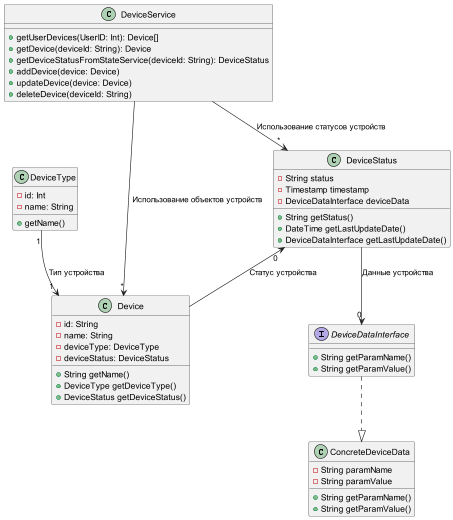
Earlier version of the PlantUML export docs/to-be/code/code.png (AIPronin/yandexarch-sprint3). Source of this version:
```plantuml
@startuml

interface DeviceDataInterface {
    + String getParamName()
    + String getParamValue()
}
class ConcreteDeviceData {
    - String paramName
    - String paramValue
    + String getParamName()
    + String getParamValue()
}
class DeviceType {
    - id: Int
    - name: String
    + getName()
}
class Device {
    - id: String
    - name: String
    - deviceType: DeviceType
    - deviceStatus: DeviceStatus
    + String getName()
    + DeviceType getDeviceType()
    + DeviceStatus getDeviceStatus()
}

class DeviceStatus {
    - String status
    - Timestamp timestamp
    - DeviceDataInterface deviceData
    + String getStatus()
    + DateTime getLastUpdateDate()
    + DeviceDataInterface getLastUpdateDate()
}
class DeviceService {
    + getUserDevices(UserID: Int): Device[]
    + getDevice(deviceId: String): Device
    + getDeviceStatusFromStateService(deviceId: String): DeviceStatus
    + addDevice(device: Device)
    + updateDevice(device: Device)
    + deleteDevice(deviceId: String)
}
DeviceDataInterface  ..|>  ConcreteDeviceData
DeviceType "1" --> "1" Device : Тип устройства
DeviceStatus "0" <--  Device : Статус устройства
DeviceStatus  --> "0" DeviceDataInterface : Данные устройства
DeviceService  --> "*" Device : Использование объектов устройств
DeviceService  --> "*" DeviceStatus : Использование статусов устройств


@enduml
```
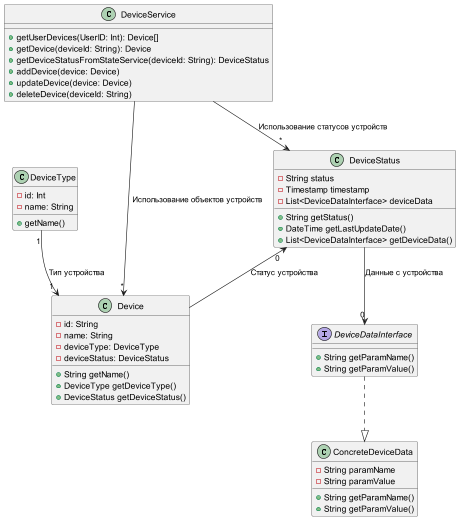
The same file after the commit.

Change to the diagram source:
```diff
@@ -28,10 +28,10 @@
 class DeviceStatus {
     - String status
     - Timestamp timestamp
-    - DeviceDataInterface deviceData
+    - List<DeviceDataInterface> deviceData
     + String getStatus()
     + DateTime getLastUpdateDate()
-    + DeviceDataInterface getLastUpdateDate()
+    + List<DeviceDataInterface> getDeviceData()
 }
 class DeviceService {
     + getUserDevices(UserID: Int): Device[]
@@ -44,7 +44,7 @@
 DeviceDataInterface  ..|>  ConcreteDeviceData
 DeviceType "1" --> "1" Device : Тип устройства
 DeviceStatus "0" <--  Device : Статус устройства
-DeviceStatus  --> "0" DeviceDataInterface : Данные устройства
+DeviceStatus  --> "0" DeviceDataInterface : Данные c устройства
 DeviceService  --> "*" Device : Использование объектов устройств
 DeviceService  --> "*" DeviceStatus : Использование статусов устройств
 
```
